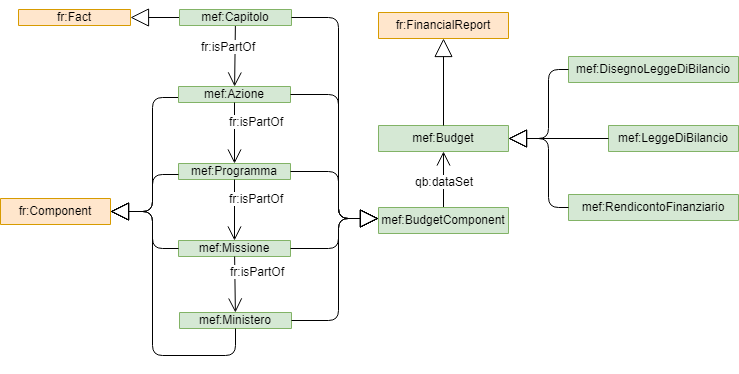
The draw.io diagram mef/uml-diagram.png in g0v-it/ontologies, before a commit. Source tidied: cells renumbered, new cells last; positions are measured from the earlier drawing's top-left corner, leaving out a move shared by most shapes.
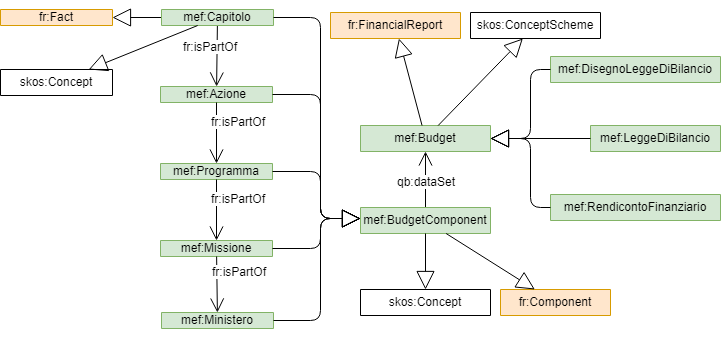
The same diagram one commit later.

The edit, as a diff of the source:
```diff
@@ -12,19 +12,11 @@
       <mxGeometry relative="1" as="geometry" />
     </mxCell>
     <mxCell id="5" value="fr:Component" style="swimlane;fontStyle=0;horizontal=1;startSize=26;fillColor=#ffe6cc;swimlaneFillColor=#ffffff;strokeColor=#d79b00;" parent="1" vertex="1" collapsed="1">
-      <mxGeometry y="189" width="110" height="26" as="geometry" />
+      <mxGeometry x="518" y="280" width="110" height="26" as="geometry" />
     </mxCell>
     <mxCell id="6" style="endArrow=block;endSize=16;endFill=0;html=1;" parent="1" edge="1" source="10" target="2">
       <mxGeometry relative="1" as="geometry" />
     </mxCell>
-    <mxCell id="7" style="endArrow=block;endSize=16;endFill=0;html=1;edgeStyle=orthogonalEdgeStyle;" parent="1" edge="1" source="11" target="5">
-      <mxGeometry relative="1" as="geometry">
-        <Array as="points">
-          <mxPoint x="152" y="88" />
-          <mxPoint x="152" y="202" />
-        </Array>
-      </mxGeometry>
-    </mxCell>
     <mxCell id="8" style="endArrow=open;endFill=1;endSize=12;html=1;" parent="1" edge="1" source="10" target="11">
       <mxGeometry relative="1" as="geometry" />
     </mxCell>
@@ -72,30 +64,6 @@
         <mxPoint x="26.5" y="-24.5" as="offset" />
       </mxGeometry>
     </mxCell>
-    <mxCell id="21" style="endArrow=block;endSize=16;endFill=0;html=1;edgeStyle=orthogonalEdgeStyle;" parent="1" edge="1" source="13" target="5">
-      <mxGeometry relative="1" as="geometry">
-        <Array as="points">
-          <mxPoint x="152" y="239" />
-          <mxPoint x="152" y="202" />
-        </Array>
-      </mxGeometry>
-    </mxCell>
-    <mxCell id="22" style="endArrow=block;endSize=16;endFill=0;html=1;edgeStyle=orthogonalEdgeStyle;" parent="1" edge="1" source="12" target="5">
-      <mxGeometry relative="1" as="geometry">
-        <Array as="points">
-          <mxPoint x="152" y="165" />
-          <mxPoint x="152" y="202" />
-        </Array>
-      </mxGeometry>
-    </mxCell>
-    <mxCell id="23" style="endArrow=block;endSize=16;endFill=0;html=1;edgeStyle=orthogonalEdgeStyle;" parent="1" edge="1" source="14" target="5">
-      <mxGeometry relative="1" as="geometry">
-        <Array as="points">
-          <mxPoint x="152" y="346" />
-          <mxPoint x="152" y="202" />
-        </Array>
-      </mxGeometry>
-    </mxCell>
     <mxCell id="24" value="mef:LeggeDiBilancio" style="swimlane;fontStyle=0;horizontal=1;startSize=26;fillColor=#d5e8d4;swimlaneFillColor=#ffffff;strokeWidth=1;strokeColor=#82b366;" parent="1" vertex="1" collapsed="1">
       <mxGeometry x="608" y="116" width="130" height="26" as="geometry" />
     </mxCell>
@@ -125,7 +93,7 @@
       </mxGeometry>
     </mxCell>
     <mxCell id="30" value="fr:FinancialReport" style="swimlane;fontStyle=0;horizontal=1;startSize=26;fillColor=#ffe6cc;swimlaneFillColor=#ffffff;strokeWidth=1;strokeColor=#d79b00;" parent="1" vertex="1" collapsed="1">
-      <mxGeometry x="378" y="3" width="130" height="26" as="geometry" />
+      <mxGeometry x="348" y="3" width="130" height="26" as="geometry" />
     </mxCell>
     <mxCell id="31" style="endArrow=block;endSize=16;endFill=0;html=1;" parent="1" edge="1" source="3" target="30">
       <mxGeometry relative="1" as="geometry" />
@@ -181,5 +149,26 @@
         </Array>
       </mxGeometry>
     </mxCell>
+    <mxCell id="40" style="endArrow=block;endSize=16;endFill=0;html=1;" parent="1" edge="1" source="34" target="41">
+      <mxGeometry relative="1" as="geometry" />
+    </mxCell>
+    <mxCell id="41" value="skos:Concept" style="swimlane;fontStyle=0;horizontal=1;startSize=26;swimlaneFillColor=#ffffff;strokeWidth=1;" parent="1" vertex="1" collapsed="1">
+      <mxGeometry x="378" y="280" width="130" height="26" as="geometry" />
+    </mxCell>
+    <mxCell id="42" value="skos:Concept" style="swimlane;fontStyle=0;horizontal=1;startSize=26;swimlaneFillColor=#ffffff;strokeWidth=1;" parent="1" vertex="1" collapsed="1">
+      <mxGeometry x="18" y="60" width="112" height="26" as="geometry" />
+    </mxCell>
+    <mxCell id="43" style="endArrow=block;endSize=16;endFill=0;html=1;" parent="1" edge="1" source="10" target="42">
+      <mxGeometry relative="1" as="geometry" />
+    </mxCell>
+    <mxCell id="44" value="skos:ConceptScheme" style="swimlane;fontStyle=0;horizontal=1;startSize=26;swimlaneFillColor=#ffffff;strokeWidth=1;" parent="1" vertex="1" collapsed="1">
+      <mxGeometry x="488" y="3" width="130" height="26" as="geometry" />
+    </mxCell>
+    <mxCell id="45" style="endArrow=block;endSize=16;endFill=0;html=1;" parent="1" edge="1" source="3" target="44">
+      <mxGeometry relative="1" as="geometry" />
+    </mxCell>
+    <mxCell id="46" style="endArrow=block;endSize=16;endFill=0;html=1;" parent="1" edge="1" source="34" target="5">
+      <mxGeometry relative="1" as="geometry" />
+    </mxCell>
   </root>
 </mxGraphModel>
```
